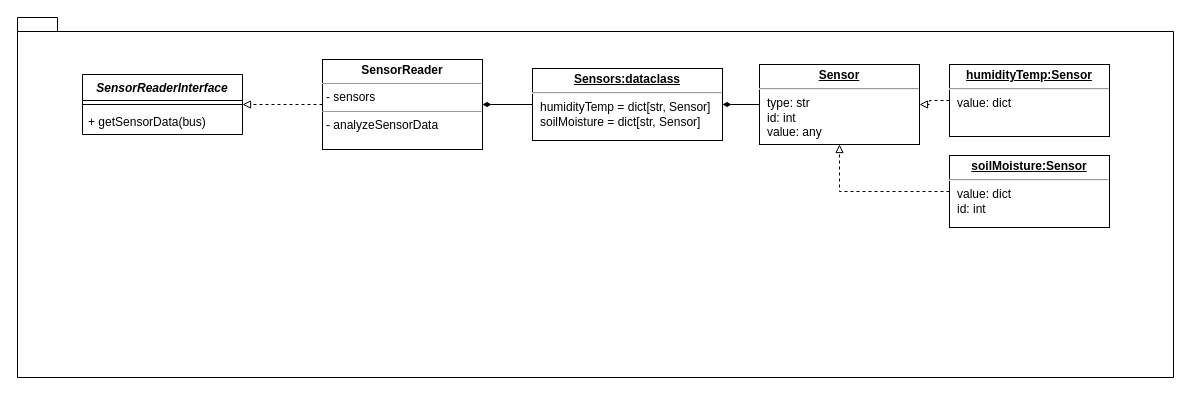
Earlier version of the draw.io diagram SensorReader/Architecture/Architecture.drawio (Uhgtred/OpenGreenHouse). Source tidied: cells renumbered, new cells numbered last; positions are measured from the earlier drawing's top-left corner, leaving out a move shared by most shapes. Both pictures are drawn from the tidied source at 100%, with x=0, y=0 at pixel (17, 17).
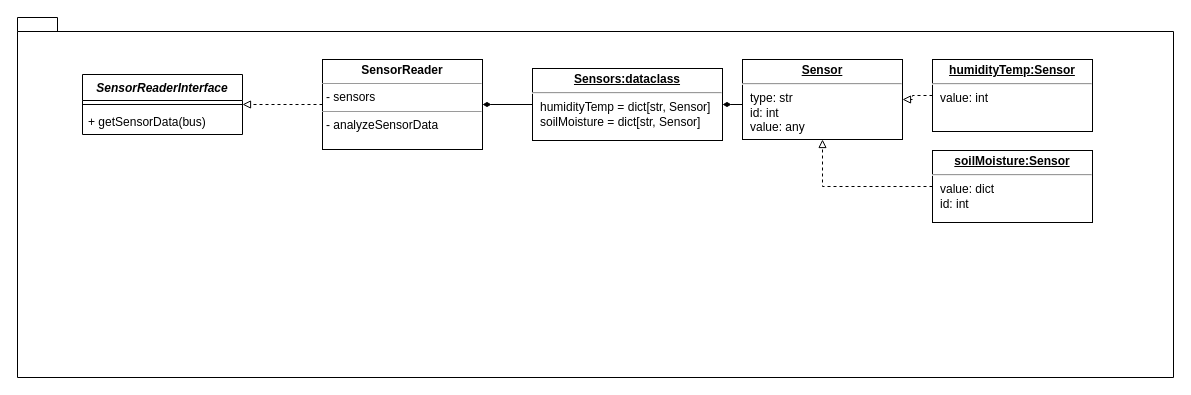
Above is the later version.

Change to the diagram source:
```diff
@@
 <mxGraphModel>
   <root>
     <mxCell id="0" />
     <mxCell id="1" parent="0" />
     <mxCell id="2" style="shape=folder;fontStyle=1;spacingTop=10;tabWidth=40;tabHeight=14;tabPosition=left;html=1;" parent="1" vertex="1">
       <mxGeometry width="1156" height="360" as="geometry" />
     </mxCell>
     <mxCell id="3" value="SensorReaderInterface" style="swimlane;fontStyle=3;align=center;verticalAlign=top;horizontal=1;startSize=26;" parent="1" vertex="1">
       <mxGeometry x="65" y="57" width="160" height="60" as="geometry" />
     </mxCell>
     <mxCell id="4" style="line;strokeWidth=1;fillColor=none;align=left;verticalAlign=middle;spacingTop=-1;spacingLeft=3;spacingRight=3;labelPosition=right;strokeColor=inherit;" parent="3" vertex="1">
       <mxGeometry y="26" width="160" height="8" as="geometry" />
     </mxCell>
     <mxCell id="5" value="+ getSensorData(bus)" style="text;strokeColor=none;fillColor=none;align=left;verticalAlign=top;spacingLeft=4;spacingRight=4;overflow=hidden;" parent="3" vertex="1">
       <mxGeometry y="34" width="160" height="26" as="geometry" />
     </mxCell>
     <mxCell id="6" style="edgeStyle=orthogonalEdgeStyle;rounded=0;jettySize=auto;html=1;dashed=1;endArrow=block;endFill=0;" parent="1" edge="1" source="8" target="3">
       <mxGeometry relative="1" as="geometry" />
     </mxCell>
     <mxCell id="7" style="edgeStyle=orthogonalEdgeStyle;rounded=0;jettySize=auto;html=1;startArrow=diamondThin;startFill=1;endArrow=none;endFill=0;" parent="1" edge="1" source="8" target="10">
       <mxGeometry relative="1" as="geometry" />
     </mxCell>
     <mxCell id="8" value="&lt;p style=&quot;margin:0px;margin-top:4px;text-align:center;&quot;&gt;&lt;b&gt;SensorReader&lt;/b&gt;&lt;/p&gt;&lt;hr size=&quot;1&quot;&gt;&lt;p style=&quot;margin:0px;margin-left:4px;&quot;&gt;- sensors&lt;/p&gt;&lt;hr size=&quot;1&quot;&gt;&lt;p style=&quot;margin:0px;margin-left:4px;&quot;&gt;- analyzeSensorData&lt;/p&gt;" style="verticalAlign=top;align=left;overflow=fill;fontSize=12;fontFamily=Helvetica;html=1;" parent="1" vertex="1">
       <mxGeometry x="305" y="42" width="160" height="90" as="geometry" />
     </mxCell>
     <mxCell id="9" style="edgeStyle=orthogonalEdgeStyle;rounded=0;jettySize=auto;html=1;endArrow=none;endFill=0;startArrow=diamondThin;startFill=1;" parent="1" edge="1" source="10" target="12">
       <mxGeometry relative="1" as="geometry" />
     </mxCell>
     <mxCell id="10" value="&lt;p style=&quot;margin:0px;margin-top:4px;text-align:center;text-decoration:underline;&quot;&gt;&lt;b&gt;Sensors:dataclass&lt;/b&gt;&lt;/p&gt;&lt;hr&gt;&lt;p style=&quot;margin:0px;margin-left:8px;&quot;&gt;humidityTemp = dict[str, Sensor]&lt;br&gt;soilMoisture = dict[str, Sensor]&lt;br&gt;&lt;/p&gt;" style="verticalAlign=top;align=left;overflow=fill;fontSize=12;fontFamily=Helvetica;html=1;" parent="1" vertex="1">
       <mxGeometry x="515" y="51" width="190" height="72" as="geometry" />
     </mxCell>
     <mxCell id="11" style="group;" parent="1" vertex="1">
-      <mxGeometry x="742" y="47" width="350" height="163" as="geometry" />
+      <mxGeometry x="725" y="42" width="350" height="163" as="geometry" />
     </mxCell>
     <mxCell id="12" value="&lt;p style=&quot;margin:0px;margin-top:4px;text-align:center;text-decoration:underline;&quot;&gt;&lt;b&gt;Sensor&lt;/b&gt;&lt;/p&gt;&lt;hr&gt;&lt;p style=&quot;margin:0px;margin-left:8px;&quot;&gt;type: str&lt;/p&gt;&lt;p style=&quot;margin:0px;margin-left:8px;&quot;&gt;id: int&amp;nbsp;&lt;br&gt;value: any&lt;br&gt;&lt;/p&gt;" style="verticalAlign=top;align=left;overflow=fill;fontSize=12;fontFamily=Helvetica;html=1;" parent="11" vertex="1">
       <mxGeometry width="160" height="80" as="geometry" />
     </mxCell>
     <mxCell id="13" style="edgeStyle=orthogonalEdgeStyle;rounded=0;jettySize=auto;html=1;dashed=1;endArrow=block;endFill=0;" parent="11" edge="1" source="16" target="12">
       <mxGeometry relative="1" as="geometry" />
     </mxCell>
     <mxCell id="14" style="edgeStyle=orthogonalEdgeStyle;rounded=0;jettySize=auto;html=1;dashed=1;endArrow=block;endFill=0;" parent="11" edge="1" source="17" target="12">
       <mxGeometry relative="1" as="geometry" />
     </mxCell>
     <mxCell id="15" style="group;" parent="11" vertex="1">
       <mxGeometry x="190" width="160" height="163" as="geometry" />
     </mxCell>
-    <mxCell id="16" value="&lt;p style=&quot;margin:0px;margin-top:4px;text-align:center;text-decoration:underline;&quot;&gt;&lt;b&gt;humidityTemp:Sensor&lt;/b&gt;&lt;/p&gt;&lt;hr&gt;&lt;p style=&quot;margin:0px;margin-left:8px;&quot;&gt;value: dict&lt;/p&gt;" style="verticalAlign=top;align=left;overflow=fill;fontSize=12;fontFamily=Helvetica;html=1;" parent="15" vertex="1">
+    <mxCell id="16" value="&lt;p style=&quot;margin:0px;margin-top:4px;text-align:center;text-decoration:underline;&quot;&gt;&lt;b&gt;humidityTemp:Sensor&lt;/b&gt;&lt;/p&gt;&lt;hr&gt;&lt;p style=&quot;margin:0px;margin-left:8px;&quot;&gt;value: int&lt;/p&gt;" style="verticalAlign=top;align=left;overflow=fill;fontSize=12;fontFamily=Helvetica;html=1;" parent="15" vertex="1">
       <mxGeometry width="160" height="72" as="geometry" />
     </mxCell>
     <mxCell id="17" value="&lt;p style=&quot;margin:0px;margin-top:4px;text-align:center;text-decoration:underline;&quot;&gt;&lt;b&gt;soilMoisture:Sensor&lt;/b&gt;&lt;/p&gt;&lt;hr&gt;&lt;p style=&quot;margin:0px;margin-left:8px;&quot;&gt;value: dict&lt;br&gt;&lt;/p&gt;&lt;p style=&quot;margin:0px;margin-left:8px;&quot;&gt;id: int&lt;/p&gt;" style="verticalAlign=top;align=left;overflow=fill;fontSize=12;fontFamily=Helvetica;html=1;" parent="15" vertex="1">
       <mxGeometry y="91" width="160" height="72" as="geometry" />
     </mxCell>
   </root>
 </mxGraphModel>
```
